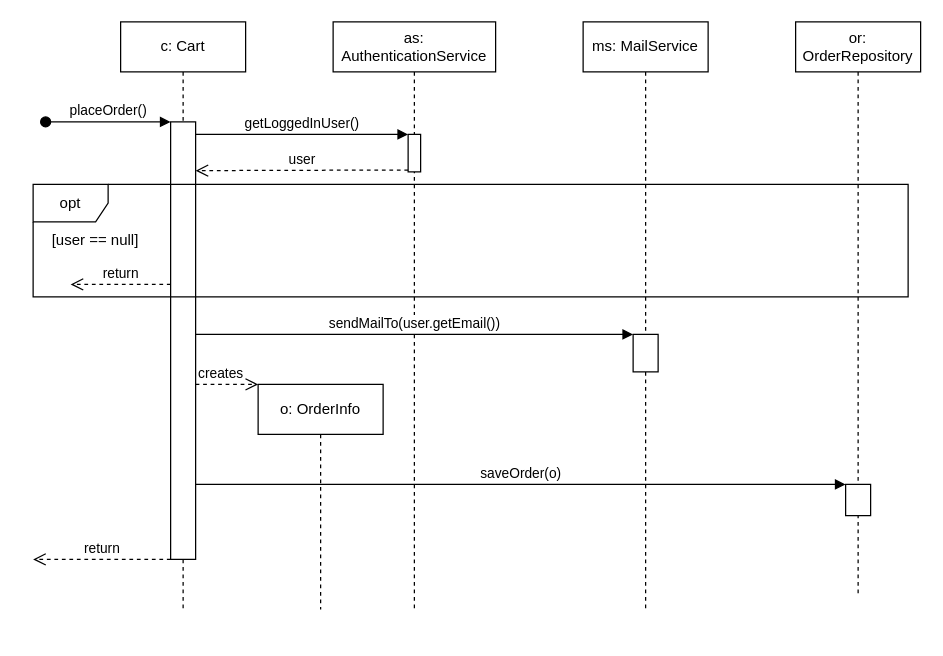
Holiver98/PizzaApp keeps this draw.io diagram as sequence_diagram.drawio. Above is the earlier version. Source tidied: cells renumbered, new cells numbered last; positions are measured from the earlier drawing's top-left corner, leaving out a move shared by most shapes. Both pictures are drawn from the tidied source at 125%, with x=0, y=0 at pixel (32, 21).
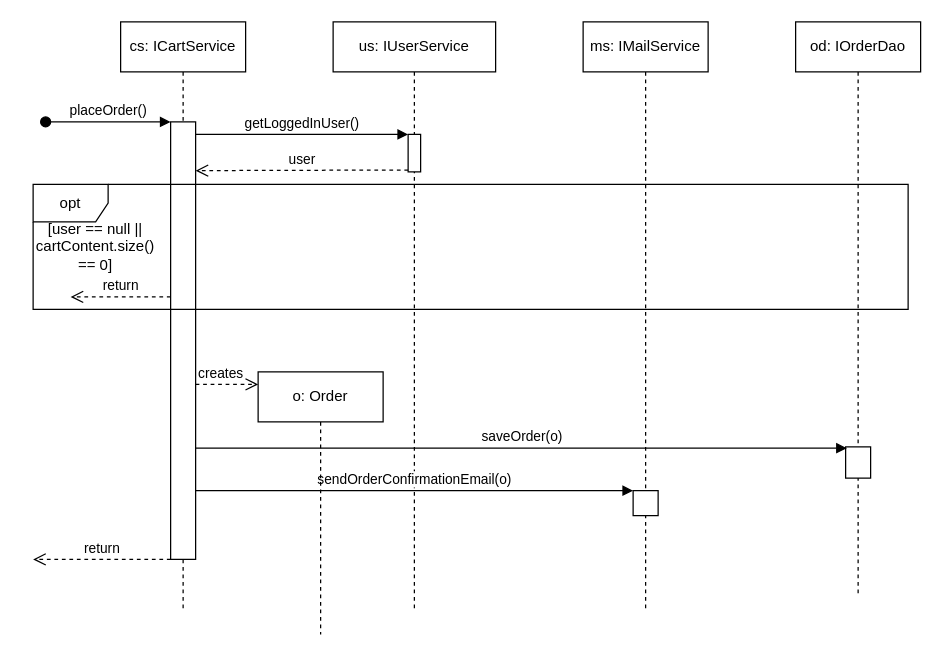
The same diagram, later.

Commit message (it also covers changes not shown here):
CartService placeorder() szekvencia diagram frissítve

Unchanged cells that the change refers to:
```xml
<mxCell id="3" style="html=1;points=[];perimeter=orthogonalPerimeter;" parent="2" vertex="1">
  <mxGeometry x="40" y="80" width="20" height="350" as="geometry" />
</mxCell>
```

The edit, as a diff of the source:
```diff
@@
-    <mxCell id="2" value="c: Cart" style="shape=umlLifeline;perimeter=lifelinePerimeter;whiteSpace=wrap;html=1;" parent="1" vertex="1">
+    <mxCell id="2" value="cs: ICartService" style="shape=umlLifeline;perimeter=lifelinePerimeter;whiteSpace=wrap;html=1;" parent="1" vertex="1">
       <mxGeometry x="70" width="100" height="470" as="geometry" />
     </mxCell>
@@
-    <mxCell id="5" value="as: AuthenticationService" style="shape=umlLifeline;perimeter=lifelinePerimeter;whiteSpace=wrap;html=1;" parent="1" vertex="1">
+    <mxCell id="5" value="us: IUserService" style="shape=umlLifeline;perimeter=lifelinePerimeter;whiteSpace=wrap;html=1;" parent="1" vertex="1">
       <mxGeometry x="240" width="130" height="470" as="geometry" />
     </mxCell>
@@
-    <mxCell id="7" value="ms: MailService" style="shape=umlLifeline;perimeter=lifelinePerimeter;whiteSpace=wrap;html=1;" parent="1" vertex="1">
+    <mxCell id="7" value="ms: IMailService" style="shape=umlLifeline;perimeter=lifelinePerimeter;whiteSpace=wrap;html=1;" parent="1" vertex="1">
       <mxGeometry x="440" width="100" height="470" as="geometry" />
     </mxCell>
     <mxCell id="8" style="html=1;points=[];perimeter=orthogonalPerimeter;" parent="7" vertex="1">
-      <mxGeometry x="40" y="250" width="20" height="30" as="geometry" />
+      <mxGeometry x="40" y="375" width="20" height="20" as="geometry" />
     </mxCell>
@@
-    <mxCell id="11" value="[user == null]" style="text;html=1;strokeColor=none;fillColor=none;align=center;verticalAlign=middle;whiteSpace=wrap;rounded=0;" parent="1" vertex="1">
-      <mxGeometry y="165" width="100" height="20" as="geometry" />
+    <mxCell id="11" value="[user == null ||&lt;br&gt;cartContent.size() == 0]" style="text;html=1;strokeColor=none;fillColor=none;align=center;verticalAlign=middle;whiteSpace=wrap;rounded=0;" parent="1" vertex="1">
+      <mxGeometry y="170" width="100" height="20" as="geometry" />
     </mxCell>
     <mxCell id="12" value="return" style="html=1;verticalAlign=bottom;endArrow=open;dashed=1;endSize=8;" parent="1" edge="1">
       <mxGeometry relative="1" as="geometry">
-        <mxPoint x="110" y="210" as="sourcePoint" />
-        <mxPoint x="30" y="210" as="targetPoint" />
+        <mxPoint x="110" y="220" as="sourcePoint" />
+        <mxPoint x="30" y="220" as="targetPoint" />
       </mxGeometry>
     </mxCell>
     <mxCell id="13" value="opt" style="shape=umlFrame;whiteSpace=wrap;html=1;fillColor=none;" parent="1" vertex="1">
-      <mxGeometry y="130" width="700" height="90" as="geometry" />
+      <mxGeometry y="130" width="700" height="100" as="geometry" />
     </mxCell>
-    <mxCell id="14" value="sendMailTo(user.getEmail())" style="html=1;verticalAlign=bottom;endArrow=block;entryX=0;entryY=0;" parent="1" edge="1" target="8">
+    <mxCell id="14" value="sendOrderConfirmationEmail(o)" style="html=1;verticalAlign=bottom;endArrow=block;entryX=0;entryY=0;" parent="1" edge="1" target="8">
       <mxGeometry relative="1" as="geometry">
-        <mxPoint x="130" y="250" as="sourcePoint" />
+        <mxPoint x="130" y="375" as="sourcePoint" />
       </mxGeometry>
     </mxCell>
-    <mxCell id="15" value="or: OrderRepository" style="shape=umlLifeline;perimeter=lifelinePerimeter;whiteSpace=wrap;html=1;" parent="1" vertex="1">
+    <mxCell id="15" value="od: IOrderDao" style="shape=umlLifeline;perimeter=lifelinePerimeter;whiteSpace=wrap;html=1;" parent="1" vertex="1">
       <mxGeometry x="610" width="100" height="460" as="geometry" />
     </mxCell>
     <mxCell id="16" style="html=1;points=[];perimeter=orthogonalPerimeter;" parent="15" vertex="1">
-      <mxGeometry x="40" y="370" width="20" height="25" as="geometry" />
+      <mxGeometry x="40" y="340" width="20" height="25" as="geometry" />
     </mxCell>
-    <mxCell id="17" value="saveOrder(o)" style="html=1;verticalAlign=bottom;endArrow=block;entryX=0;entryY=0;" parent="1" edge="1" source="3" target="16">
+    <mxCell id="17" value="saveOrder(o)" style="html=1;verticalAlign=bottom;endArrow=block;entryX=0.05;entryY=0.04;entryDx=0;entryDy=0;entryPerimeter=0;" parent="1" edge="1" source="3" target="16">
       <mxGeometry relative="1" as="geometry" />
     </mxCell>
-    <mxCell id="18" value="o: OrderInfo" style="shape=umlLifeline;perimeter=lifelinePerimeter;whiteSpace=wrap;html=1;" parent="1" vertex="1">
-      <mxGeometry x="180" y="290" width="100" height="180" as="geometry" />
+    <mxCell id="18" value="o: Order" style="shape=umlLifeline;perimeter=lifelinePerimeter;whiteSpace=wrap;html=1;" parent="1" vertex="1">
+      <mxGeometry x="180" y="280" width="100" height="210" as="geometry" />
     </mxCell>
-    <mxCell id="19" value="creates" style="html=1;verticalAlign=bottom;endArrow=open;dashed=1;endSize=8;exitX=1;exitY=0.6;exitDx=0;exitDy=0;exitPerimeter=0;" parent="1" edge="1" source="3">
+    <mxCell id="19" value="creates" style="html=1;verticalAlign=bottom;endArrow=open;dashed=1;endSize=8;" parent="1" edge="1" source="3">
       <mxGeometry x="-0.2" relative="1" as="geometry">
         <mxPoint x="180" y="290" as="targetPoint" />
       </mxGeometry>
     </mxCell>
```
